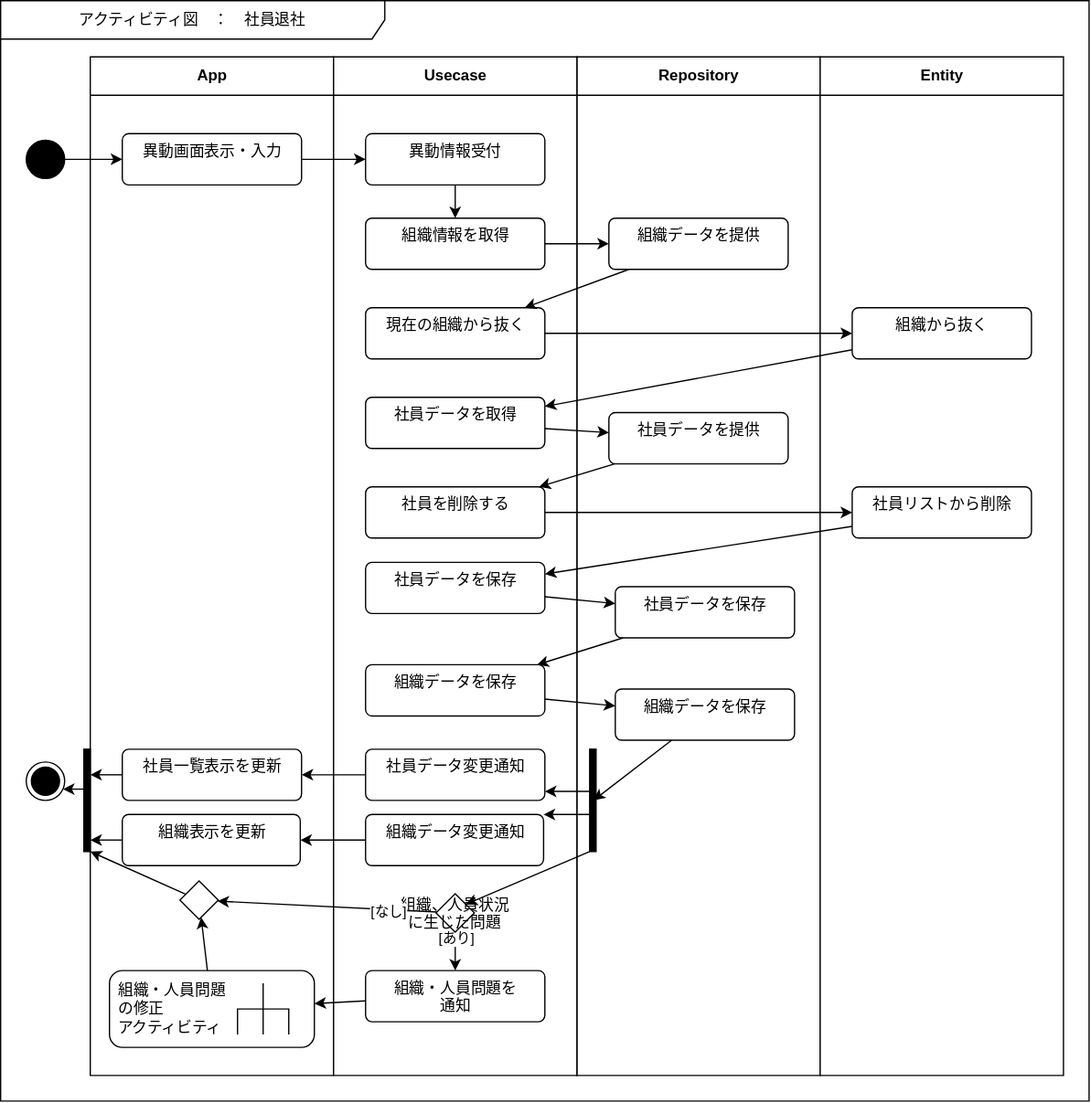
The draw.io diagram Designs/アクティビティ/社員退職.svg in bosssanovar/LightMvvmSample, before a commit. Source tidied: cells renumbered, new cells last; positions are measured from the earlier drawing's top-left corner, leaving out a move shared by most shapes. Source of this version:
```xml
<mxGraphModel>
  <root>
    <mxCell id="0" />
    <mxCell id="1" parent="0" />
    <mxCell id="2" value="アクティビティ図　：　社員退社" style="shape=umlFrame;whiteSpace=wrap;html=1;swimlaneFillColor=#FFFFFF;width=300;height=30;" parent="1" vertex="1">
      <mxGeometry width="850" height="860" as="geometry" />
    </mxCell>
    <mxCell id="3" value="Repository" style="swimlane;fontStyle=1;align=center;horizontal=1;startSize=30;html=1;swimlaneFillColor=#FFFFFF;" parent="1" vertex="1">
      <mxGeometry x="450" y="44" width="190" height="796" as="geometry" />
    </mxCell>
    <mxCell id="4" value="組織データを提供" style="html=1;align=center;verticalAlign=top;rounded=1;absoluteArcSize=1;arcSize=10;dashed=0;" parent="3" vertex="1">
      <mxGeometry x="25" y="126" width="140" height="40" as="geometry" />
    </mxCell>
    <mxCell id="5" style="edgeStyle=none;html=1;" parent="3" edge="1" source="6">
      <mxGeometry relative="1" as="geometry">
        <mxPoint x="13" y="581" as="targetPoint" />
      </mxGeometry>
    </mxCell>
    <mxCell id="6" value="組織データを保存" style="html=1;align=center;verticalAlign=top;rounded=1;absoluteArcSize=1;arcSize=10;dashed=0;" parent="3" vertex="1">
      <mxGeometry x="30" y="494" width="140" height="40" as="geometry" />
    </mxCell>
    <mxCell id="7" style="html=1;points=[];perimeter=orthogonalPerimeter;fillColor=strokeColor;" parent="3" vertex="1">
      <mxGeometry x="10" y="541" width="5" height="80" as="geometry" />
    </mxCell>
    <mxCell id="8" value="Entity" style="swimlane;fontStyle=1;align=center;horizontal=1;startSize=30;html=1;swimlaneFillColor=#FFFFFF;" parent="1" vertex="1">
      <mxGeometry x="640" y="44" width="190" height="796" as="geometry" />
    </mxCell>
    <mxCell id="9" value="組織から抜く" style="html=1;align=center;verticalAlign=top;rounded=1;absoluteArcSize=1;arcSize=10;dashed=0;" parent="8" vertex="1">
      <mxGeometry x="25" y="196" width="140" height="40" as="geometry" />
    </mxCell>
    <mxCell id="10" value="App" style="swimlane;fontStyle=1;align=center;horizontal=1;startSize=30;html=1;swimlaneFillColor=#FFFFFF;" parent="1" vertex="1">
      <mxGeometry x="70" y="44" width="190" height="796" as="geometry" />
    </mxCell>
    <mxCell id="11" value="異動画面表示・入力" style="html=1;align=center;verticalAlign=top;rounded=1;absoluteArcSize=1;arcSize=10;dashed=0;" parent="10" vertex="1">
      <mxGeometry x="25" y="60" width="140" height="40" as="geometry" />
    </mxCell>
    <mxCell id="12" style="edgeStyle=none;html=1;" parent="10" edge="1" source="13" target="14">
      <mxGeometry relative="1" as="geometry" />
    </mxCell>
    <mxCell id="13" value="社員一覧表示を更新" style="html=1;align=center;verticalAlign=top;rounded=1;absoluteArcSize=1;arcSize=10;dashed=0;" parent="10" vertex="1">
      <mxGeometry x="25" y="541" width="140" height="40" as="geometry" />
    </mxCell>
    <mxCell id="14" style="html=1;points=[];perimeter=orthogonalPerimeter;fillColor=strokeColor;" parent="10" vertex="1">
      <mxGeometry x="-5" y="541" width="5" height="80" as="geometry" />
    </mxCell>
    <mxCell id="15" style="edgeStyle=none;html=1;endArrow=classic;endFill=1;" parent="10" edge="1" source="16" target="14">
      <mxGeometry relative="1" as="geometry" />
    </mxCell>
    <mxCell id="16" style="rhombus;" parent="10" vertex="1">
      <mxGeometry x="70" y="644" width="30" height="30" as="geometry" />
    </mxCell>
    <mxCell id="17" style="edgeStyle=none;html=1;" parent="10" edge="1" source="18" target="16">
      <mxGeometry relative="1" as="geometry" />
    </mxCell>
    <mxCell id="18" value="組織・人員問題&lt;br&gt;の修正&lt;br&gt;アクティビティ" style="shape=mxgraph.uml25.behaviorAction;html=1;rounded=1;absoluteArcSize=1;arcSize=10;align=left;spacingLeft=5;" parent="10" vertex="1">
      <mxGeometry x="15" y="714" width="160" height="60" as="geometry" />
    </mxCell>
    <mxCell id="19" value="Usecase" style="swimlane;fontStyle=1;align=center;horizontal=1;startSize=30;html=1;swimlaneFillColor=#FFFFFF;" parent="1" vertex="1">
      <mxGeometry x="260" y="44" width="190" height="796" as="geometry" />
    </mxCell>
    <mxCell id="20" style="edgeStyle=none;html=1;" parent="19" edge="1" source="21" target="23">
      <mxGeometry relative="1" as="geometry" />
    </mxCell>
    <mxCell id="21" value="異動情報受付" style="html=1;align=center;verticalAlign=top;rounded=1;absoluteArcSize=1;arcSize=10;dashed=0;" parent="19" vertex="1">
      <mxGeometry x="25" y="60" width="140" height="40" as="geometry" />
    </mxCell>
    <mxCell id="22" value="現在の組織から抜く" style="html=1;align=center;verticalAlign=top;rounded=1;absoluteArcSize=1;arcSize=10;dashed=0;" parent="19" vertex="1">
      <mxGeometry x="25" y="196" width="140" height="40" as="geometry" />
    </mxCell>
    <mxCell id="23" value="組織情報を取得" style="html=1;align=center;verticalAlign=top;rounded=1;absoluteArcSize=1;arcSize=10;dashed=0;" parent="19" vertex="1">
      <mxGeometry x="25" y="126" width="140" height="40" as="geometry" />
    </mxCell>
    <mxCell id="24" value="組織データを保存" style="html=1;align=center;verticalAlign=top;rounded=1;absoluteArcSize=1;arcSize=10;dashed=0;" parent="19" vertex="1">
      <mxGeometry x="25" y="475" width="140" height="40" as="geometry" />
    </mxCell>
    <mxCell id="25" value="社員データ変更通知" style="html=1;align=center;verticalAlign=top;rounded=1;absoluteArcSize=1;arcSize=10;dashed=0;" parent="19" vertex="1">
      <mxGeometry x="25" y="541" width="140" height="40" as="geometry" />
    </mxCell>
    <mxCell id="26" style="edgeStyle=none;html=1;" parent="19" edge="1" source="28" target="29">
      <mxGeometry relative="1" as="geometry" />
    </mxCell>
    <mxCell id="27" value="[あり]" style="edgeLabel;html=1;align=center;verticalAlign=middle;" parent="26" vertex="1">
      <mxGeometry x="-0.69" relative="1" as="geometry" />
    </mxCell>
    <mxCell id="28" value="組織、人員状況&#10;に生じた問題" style="rhombus;" parent="19" vertex="1">
      <mxGeometry x="80" y="654" width="30" height="30" as="geometry" />
    </mxCell>
    <mxCell id="29" value="組織・人員問題を&lt;br&gt;通知" style="html=1;align=center;verticalAlign=top;rounded=1;absoluteArcSize=1;arcSize=10;dashed=0;" parent="19" vertex="1">
      <mxGeometry x="25" y="714" width="140" height="40" as="geometry" />
    </mxCell>
    <mxCell id="30" style="edgeStyle=none;html=1;" parent="1" edge="1" source="31" target="11">
      <mxGeometry relative="1" as="geometry" />
    </mxCell>
    <mxCell id="31" style="ellipse;fillColor=strokeColor;" parent="1" vertex="1">
      <mxGeometry x="20" y="109" width="30" height="30" as="geometry" />
    </mxCell>
    <mxCell id="32" style="edgeStyle=none;html=1;" parent="1" edge="1" source="11" target="21">
      <mxGeometry relative="1" as="geometry" />
    </mxCell>
    <mxCell id="33" style="edgeStyle=none;html=1;" parent="1" edge="1" source="23" target="4">
      <mxGeometry relative="1" as="geometry" />
    </mxCell>
    <mxCell id="34" style="edgeStyle=none;html=1;" parent="1" edge="1" source="4" target="22">
      <mxGeometry relative="1" as="geometry" />
    </mxCell>
    <mxCell id="35" style="edgeStyle=none;html=1;" parent="1" edge="1" source="22" target="9">
      <mxGeometry relative="1" as="geometry" />
    </mxCell>
    <mxCell id="36" style="edgeStyle=none;html=1;" parent="1" edge="1" source="24" target="6">
      <mxGeometry relative="1" as="geometry" />
    </mxCell>
    <mxCell id="37" style="ellipse;html=1;shape=endState;fillColor=strokeColor;" parent="1" vertex="1">
      <mxGeometry x="20" y="595" width="30" height="30" as="geometry" />
    </mxCell>
    <mxCell id="38" style="edgeStyle=none;html=1;" parent="1" edge="1" source="25" target="13">
      <mxGeometry relative="1" as="geometry" />
    </mxCell>
    <mxCell id="39" style="edgeStyle=none;html=1;" parent="1" edge="1" source="7" target="25">
      <mxGeometry relative="1" as="geometry" />
    </mxCell>
    <mxCell id="40" style="edgeStyle=none;html=1;" parent="1" edge="1" source="14" target="37">
      <mxGeometry relative="1" as="geometry" />
    </mxCell>
    <mxCell id="41" style="edgeStyle=none;html=1;" parent="1" edge="1" source="28" target="16">
      <mxGeometry relative="1" as="geometry" />
    </mxCell>
    <mxCell id="42" value="[なし]" style="edgeLabel;html=1;align=center;verticalAlign=middle;" parent="41" vertex="1">
      <mxGeometry x="-0.56" y="1" relative="1" as="geometry" />
    </mxCell>
    <mxCell id="43" style="edgeStyle=none;html=1;" parent="1" edge="1" source="29" target="18">
      <mxGeometry relative="1" as="geometry" />
    </mxCell>
    <mxCell id="44" value="社員データを提供" style="html=1;align=center;verticalAlign=top;rounded=1;absoluteArcSize=1;arcSize=10;dashed=0;" parent="1" vertex="1">
      <mxGeometry x="475" y="322" width="140" height="40" as="geometry" />
    </mxCell>
    <mxCell id="45" style="edgeStyle=none;html=1;endArrow=classic;endFill=1;" parent="1" edge="1" source="46" target="54">
      <mxGeometry relative="1" as="geometry" />
    </mxCell>
    <mxCell id="46" value="社員リストから削除" style="html=1;align=center;verticalAlign=top;rounded=1;absoluteArcSize=1;arcSize=10;dashed=0;" parent="1" vertex="1">
      <mxGeometry x="665" y="380" width="140" height="40" as="geometry" />
    </mxCell>
    <mxCell id="47" value="社員を削除する" style="html=1;align=center;verticalAlign=top;rounded=1;absoluteArcSize=1;arcSize=10;dashed=0;" parent="1" vertex="1">
      <mxGeometry x="285" y="380" width="140" height="40" as="geometry" />
    </mxCell>
    <mxCell id="48" value="社員データを取得" style="html=1;align=center;verticalAlign=top;rounded=1;absoluteArcSize=1;arcSize=10;dashed=0;" parent="1" vertex="1">
      <mxGeometry x="285" y="310" width="140" height="40" as="geometry" />
    </mxCell>
    <mxCell id="49" style="edgeStyle=none;html=1;" parent="1" edge="1" source="48" target="44">
      <mxGeometry relative="1" as="geometry" />
    </mxCell>
    <mxCell id="50" style="edgeStyle=none;html=1;" parent="1" edge="1" source="44" target="47">
      <mxGeometry relative="1" as="geometry" />
    </mxCell>
    <mxCell id="51" style="edgeStyle=none;html=1;" parent="1" edge="1" source="47" target="46">
      <mxGeometry relative="1" as="geometry" />
    </mxCell>
    <mxCell id="52" style="edgeStyle=none;html=1;endArrow=classic;endFill=1;" parent="1" edge="1" source="53" target="24">
      <mxGeometry relative="1" as="geometry" />
    </mxCell>
    <mxCell id="53" value="社員データを保存" style="html=1;align=center;verticalAlign=top;rounded=1;absoluteArcSize=1;arcSize=10;dashed=0;" parent="1" vertex="1">
      <mxGeometry x="480" y="458" width="140" height="40" as="geometry" />
    </mxCell>
    <mxCell id="54" value="社員データを保存" style="html=1;align=center;verticalAlign=top;rounded=1;absoluteArcSize=1;arcSize=10;dashed=0;" parent="1" vertex="1">
      <mxGeometry x="285" y="439" width="140" height="40" as="geometry" />
    </mxCell>
    <mxCell id="55" style="edgeStyle=none;html=1;" parent="1" edge="1" source="54" target="53">
      <mxGeometry relative="1" as="geometry" />
    </mxCell>
    <mxCell id="56" style="edgeStyle=none;html=1;endArrow=classic;endFill=1;" parent="1" edge="1" source="57" target="14">
      <mxGeometry relative="1" as="geometry" />
    </mxCell>
    <mxCell id="57" value="組織表示を更新" style="html=1;align=center;verticalAlign=top;rounded=1;absoluteArcSize=1;arcSize=10;dashed=0;" parent="1" vertex="1">
      <mxGeometry x="95" y="636" width="139" height="40" as="geometry" />
    </mxCell>
    <mxCell id="58" style="edgeStyle=none;html=1;endArrow=classic;endFill=1;" parent="1" edge="1" source="59" target="57">
      <mxGeometry relative="1" as="geometry" />
    </mxCell>
    <mxCell id="59" value="組織データ変更通知" style="html=1;align=center;verticalAlign=top;rounded=1;absoluteArcSize=1;arcSize=10;dashed=0;" parent="1" vertex="1">
      <mxGeometry x="285" y="636" width="139" height="40" as="geometry" />
    </mxCell>
    <mxCell id="60" style="edgeStyle=none;html=1;endArrow=classic;endFill=1;" parent="1" edge="1" source="7" target="59">
      <mxGeometry relative="1" as="geometry" />
    </mxCell>
    <mxCell id="61" style="edgeStyle=none;html=1;endArrow=classic;endFill=1;" parent="1" edge="1" source="7" target="28">
      <mxGeometry relative="1" as="geometry" />
    </mxCell>
    <mxCell id="62" style="edgeStyle=none;html=1;endArrow=classic;endFill=1;" parent="1" edge="1" source="9" target="48">
      <mxGeometry relative="1" as="geometry" />
    </mxCell>
  </root>
</mxGraphModel>
```
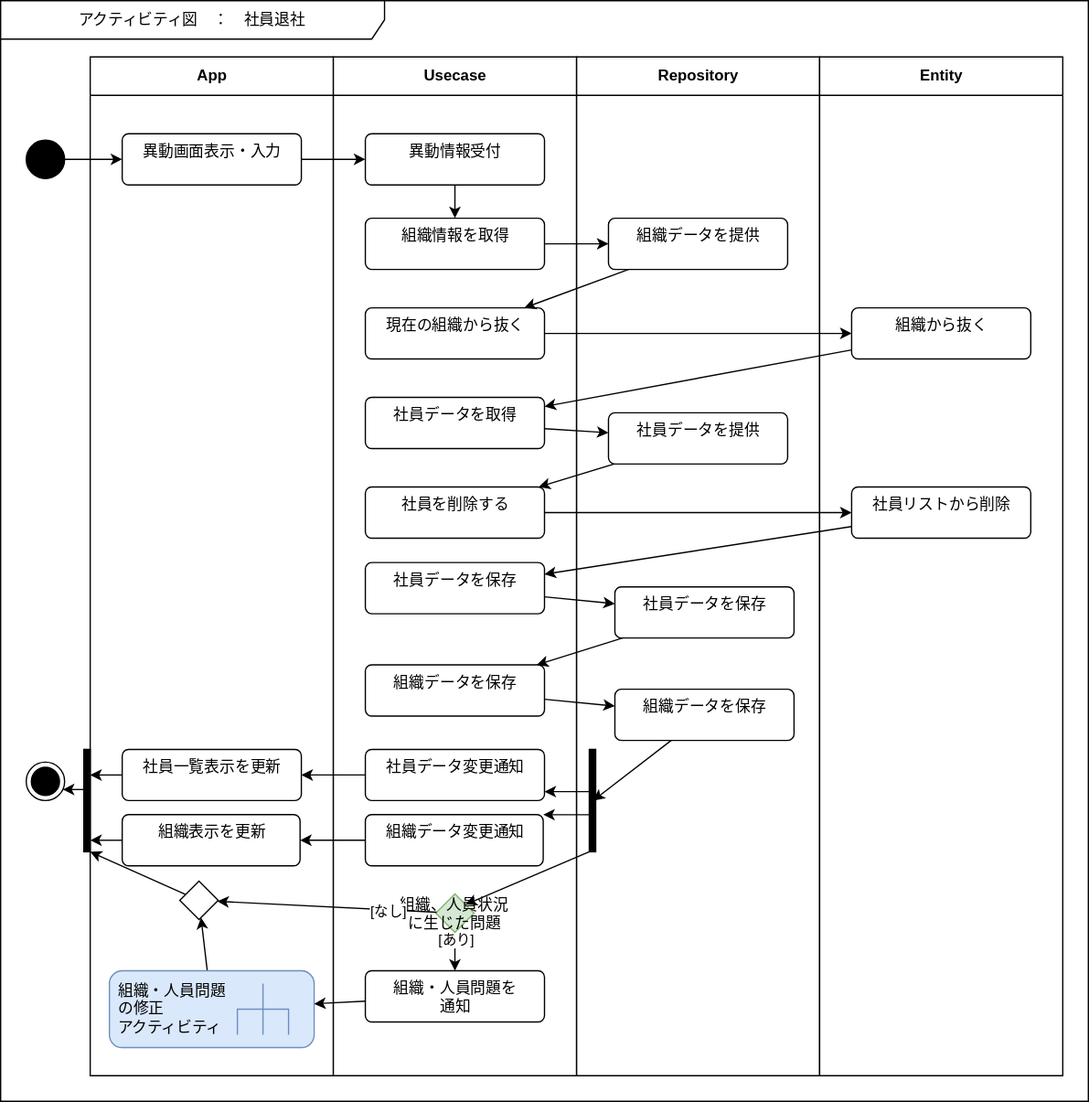
The same diagram one commit later.

The edit, as a diff of the source:
```diff
@@ -52,7 +52,7 @@
     <mxCell id="17" style="edgeStyle=none;html=1;" parent="10" edge="1" source="18" target="16">
       <mxGeometry relative="1" as="geometry" />
     </mxCell>
-    <mxCell id="18" value="組織・人員問題&lt;br&gt;の修正&lt;br&gt;アクティビティ" style="shape=mxgraph.uml25.behaviorAction;html=1;rounded=1;absoluteArcSize=1;arcSize=10;align=left;spacingLeft=5;" parent="10" vertex="1">
+    <mxCell id="18" value="組織・人員問題&lt;br&gt;の修正&lt;br&gt;アクティビティ" style="shape=mxgraph.uml25.behaviorAction;html=1;rounded=1;absoluteArcSize=1;arcSize=10;align=left;spacingLeft=5;fillColor=#dae8fc;strokeColor=#6c8ebf;" parent="10" vertex="1">
       <mxGeometry x="15" y="714" width="160" height="60" as="geometry" />
     </mxCell>
     <mxCell id="19" value="Usecase" style="swimlane;fontStyle=1;align=center;horizontal=1;startSize=30;html=1;swimlaneFillColor=#FFFFFF;" parent="1" vertex="1">
@@ -82,7 +82,7 @@
     <mxCell id="27" value="[あり]" style="edgeLabel;html=1;align=center;verticalAlign=middle;" parent="26" vertex="1">
       <mxGeometry x="-0.69" relative="1" as="geometry" />
     </mxCell>
-    <mxCell id="28" value="組織、人員状況&#10;に生じた問題" style="rhombus;" parent="19" vertex="1">
+    <mxCell id="28" value="組織、人員状況&#10;に生じた問題" style="rhombus;fillColor=#d5e8d4;strokeColor=#82b366;" parent="19" vertex="1">
       <mxGeometry x="80" y="654" width="30" height="30" as="geometry" />
     </mxCell>
     <mxCell id="29" value="組織・人員問題を&lt;br&gt;通知" style="html=1;align=center;verticalAlign=top;rounded=1;absoluteArcSize=1;arcSize=10;dashed=0;" parent="19" vertex="1">
```
